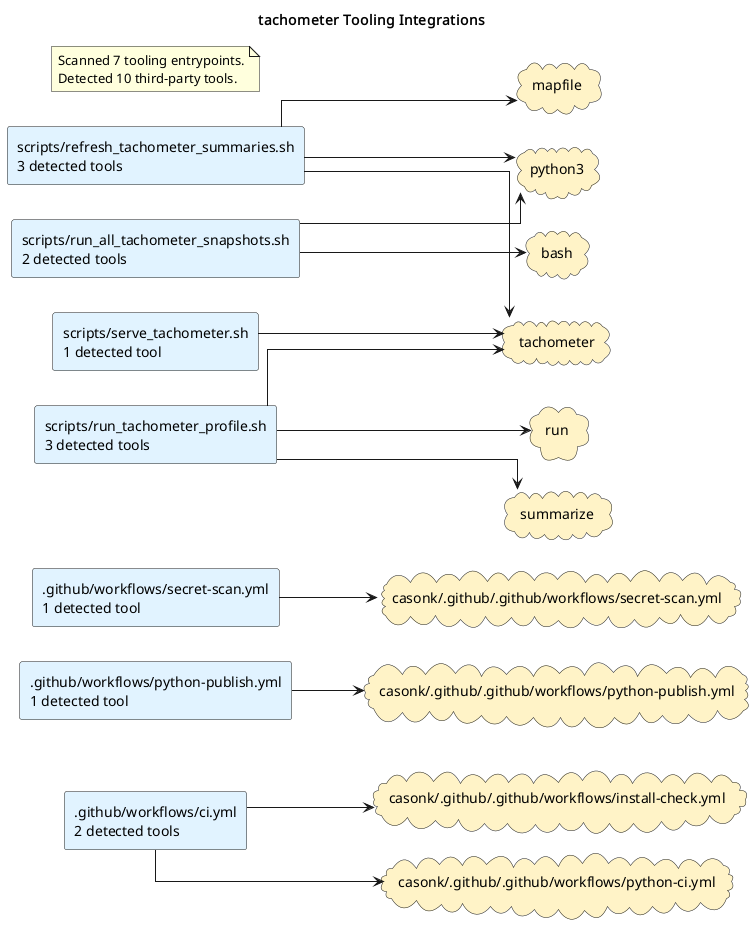
The PlantUML diagram docs/diagrams/tooling-integrations.puml.png in casonk/tachometer, before a commit.
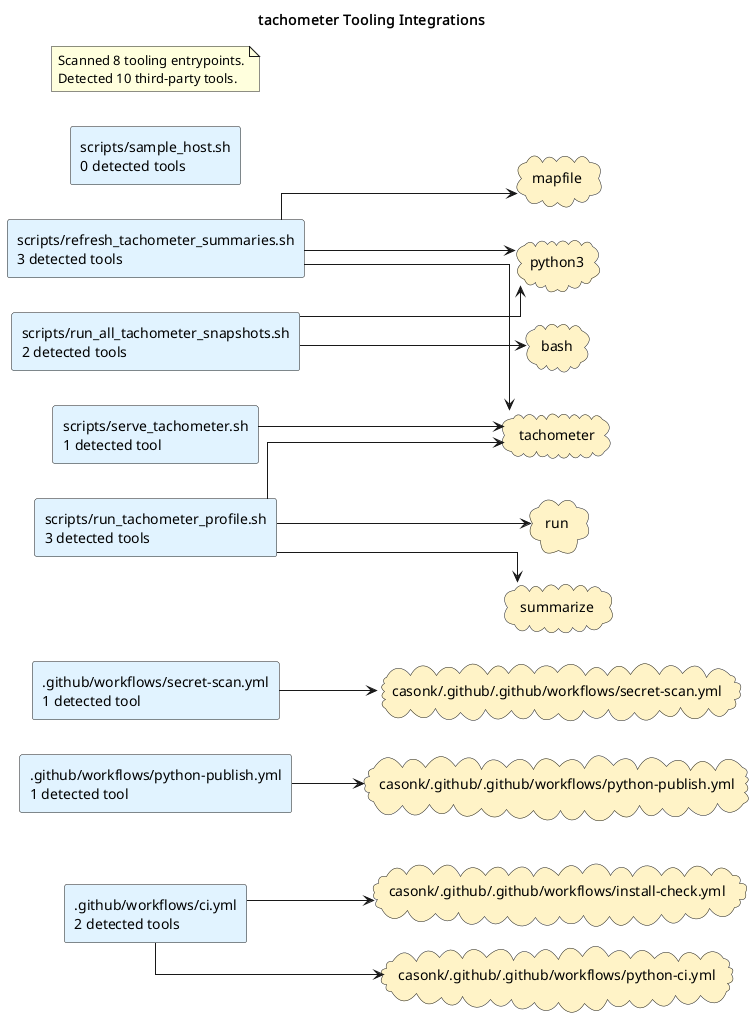
After the commit.

What changed in the source:
```diff
@@ -11,6 +11,7 @@
 rectangle "scripts/refresh_tachometer_summaries.sh\n3 detected tools" as source_scripts_refresh_tachometer_summaries_sh #E0F2FE
 rectangle "scripts/run_all_tachometer_snapshots.sh\n2 detected tools" as source_scripts_run_all_tachometer_snapshots_sh #E0F2FE
 rectangle "scripts/run_tachometer_profile.sh\n3 detected tools" as source_scripts_run_tachometer_profile_sh #E0F2FE
+rectangle "scripts/sample_host.sh\n0 detected tools" as source_scripts_sample_host_sh #E0F2FE
 rectangle "scripts/serve_tachometer.sh\n1 detected tool" as source_scripts_serve_tachometer_sh #E0F2FE
 cloud "bash" as tool_bash #FEF3C7
 cloud "casonk/.github/.github/workflows/install-check.yml" as tool_casonk_github_github_workflows_install_check_yml #FEF3C7
@@ -36,7 +37,7 @@
 source_scripts_run_tachometer_profile_sh --> tool_tachometer
 source_scripts_serve_tachometer_sh --> tool_tachometer
 note as toolingGraphSummary
-Scanned 7 tooling entrypoints.
+Scanned 8 tooling entrypoints.
 Detected 10 third-party tools.
 end note
 @enduml
```
